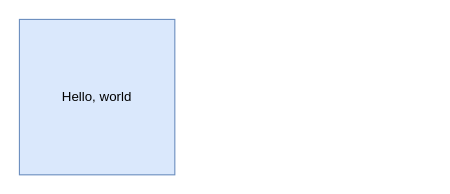
Earlier version of the draw.io diagram vm-asio.drawio (adj7388/stuff-i-know). Source tidied: cells renumbered, new cells numbered last; positions are measured from the earlier drawing's top-left corner, leaving out a move shared by most shapes. Both pictures are drawn from the tidied source at 111%, with x=0, y=0 at pixel (19, 19).
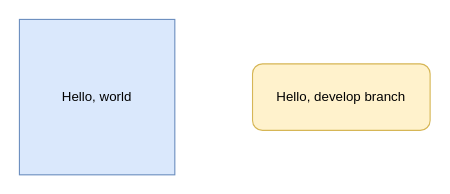
Above is the later version.

The edit, as a diff of the source:
```diff
@@
 <mxGraphModel>
   <root>
     <mxCell id="0" />
     <mxCell id="1" parent="0" />
     <mxCell id="2" value="Hello, world" style="whiteSpace=wrap;html=1;fillColor=#dae8fc;strokeColor=#6c8ebf;" parent="1" vertex="1">
       <mxGeometry width="140" height="140" as="geometry" />
     </mxCell>
+    <mxCell id="3" value="Hello, develop branch" style="rounded=1;whiteSpace=wrap;html=1;fillColor=#fff2cc;strokeColor=#d6b656;" parent="1" vertex="1">
+      <mxGeometry x="210" y="40" width="160" height="60" as="geometry" />
+    </mxCell>
   </root>
 </mxGraphModel>
```
